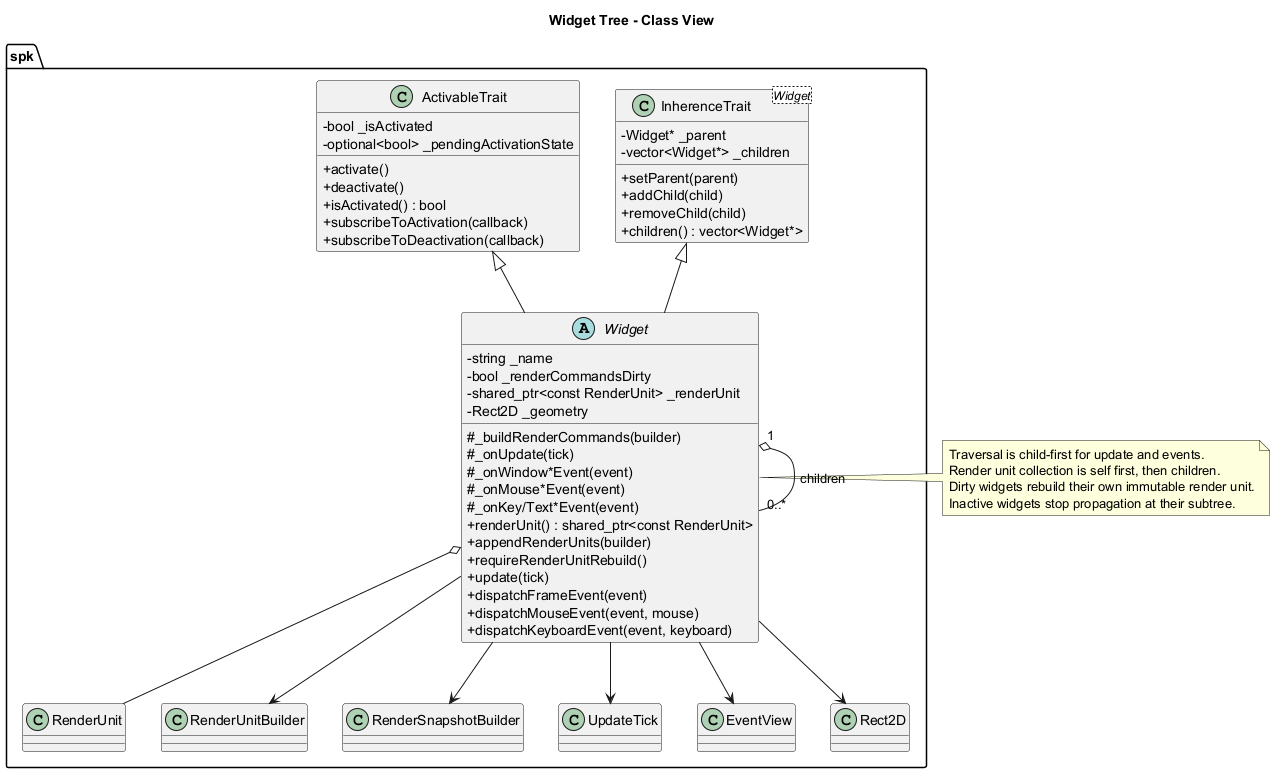
Above: documentation/architecture/diagrams/widget-tree-class.png in Hyarius/Sparkle (PlantUML), before the change.
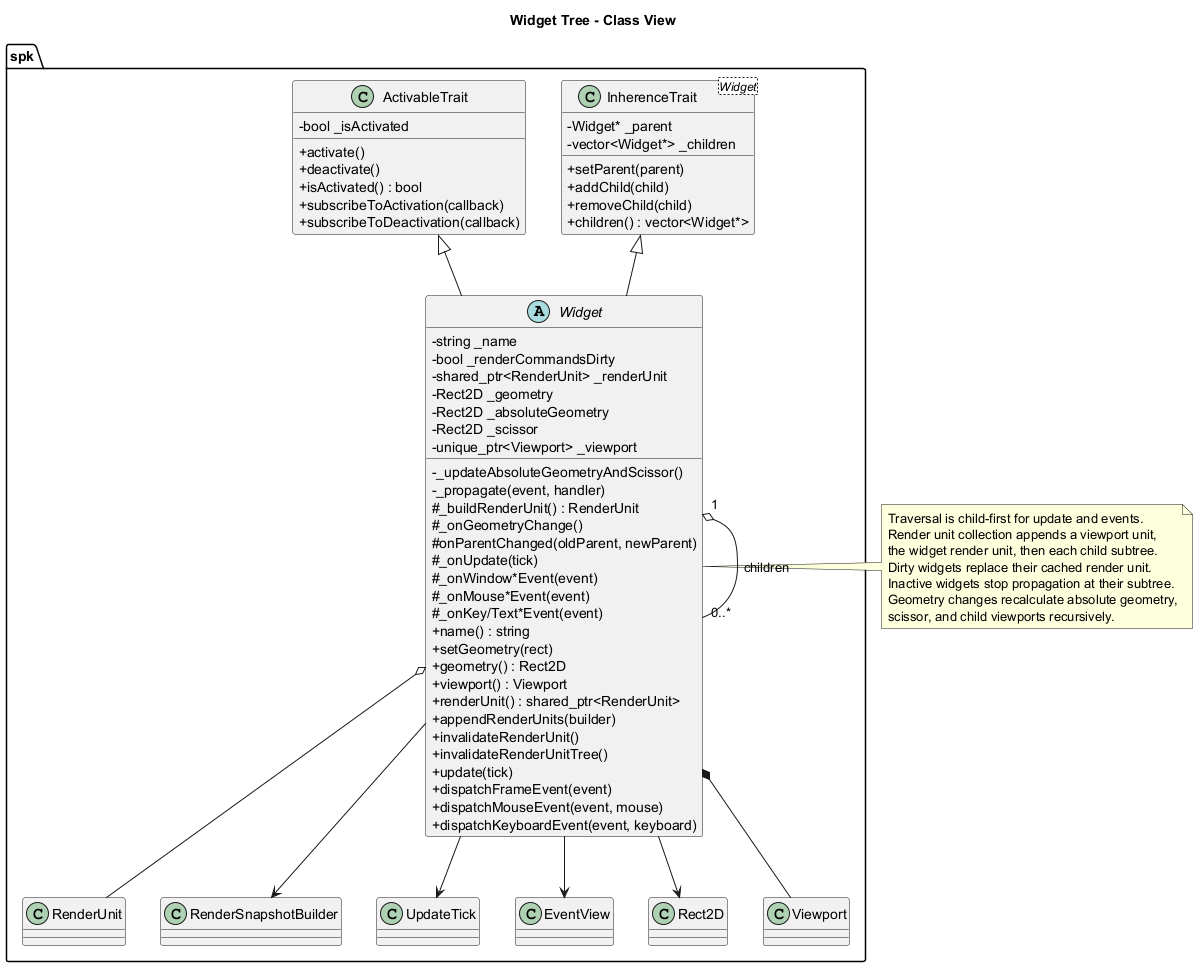
Later version of the same file.

Change to the diagram source:
```diff
@@ -15,7 +15,6 @@
 
 	class ActivableTrait {
 		- bool _isActivated
-		- optional<bool> _pendingActivationState
 		+ activate()
 		+ deactivate()
 		+ isActivated() : bool
@@ -26,16 +25,28 @@
 	abstract class Widget {
 		- string _name
 		- bool _renderCommandsDirty
-		- shared_ptr<const RenderUnit> _renderUnit
+		- shared_ptr<RenderUnit> _renderUnit
 		- Rect2D _geometry
-		# _buildRenderCommands(builder)
+		- Rect2D _absoluteGeometry
+		- Rect2D _scissor
+		- unique_ptr<Viewport> _viewport
+		- _updateAbsoluteGeometryAndScissor()
+		- _propagate(event, handler)
+		# _buildRenderUnit() : RenderUnit
+		# _onGeometryChange()
+		# onParentChanged(oldParent, newParent)
 		# _onUpdate(tick)
 		# _onWindow*Event(event)
 		# _onMouse*Event(event)
 		# _onKey/Text*Event(event)
-		+ renderUnit() : shared_ptr<const RenderUnit>
+		+ name() : string
+		+ setGeometry(rect)
+		+ geometry() : Rect2D
+		+ viewport() : Viewport
+		+ renderUnit() : shared_ptr<RenderUnit>
 		+ appendRenderUnits(builder)
-		+ requireRenderUnitRebuild()
+		+ invalidateRenderUnit()
+		+ invalidateRenderUnitTree()
 		+ update(tick)
 		+ dispatchFrameEvent(event)
 		+ dispatchMouseEvent(event, mouse)
@@ -43,28 +54,31 @@
 	}
 
 	class RenderUnit
-	class RenderUnitBuilder
 	class RenderSnapshotBuilder
 	class UpdateTick
 	class EventView
 	class Rect2D
+	class Viewport
 }
 
 spk.InherenceTraitWidget <|-- spk.Widget
 spk.ActivableTrait <|-- spk.Widget
 spk.Widget "1" o-- "0..*" spk.Widget : children
-spk.Widget --> spk.RenderUnitBuilder
 spk.Widget --> spk.RenderSnapshotBuilder
 spk.Widget o-- spk.RenderUnit
 spk.Widget --> spk.UpdateTick
 spk.Widget --> spk.EventView
 spk.Widget --> spk.Rect2D
+spk.Widget *-- spk.Viewport
 
 note right of spk.Widget
 Traversal is child-first for update and events.
-Render unit collection is self first, then children.
-Dirty widgets rebuild their own immutable render unit.
+Render unit collection appends a viewport unit,
+the widget render unit, then each child subtree.
+Dirty widgets replace their cached render unit.
 Inactive widgets stop propagation at their subtree.
+Geometry changes recalculate absolute geometry,
+scissor, and child viewports recursively.
 end note
 
 @enduml
```
